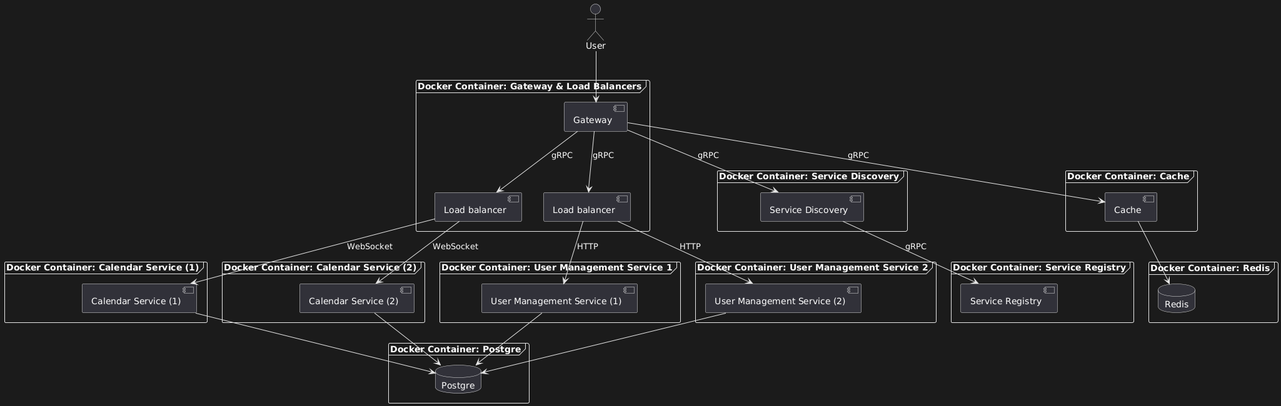
Earlier version of the PlantUML export utils/ArchitectureDesign.png (SexomQ/PAD).
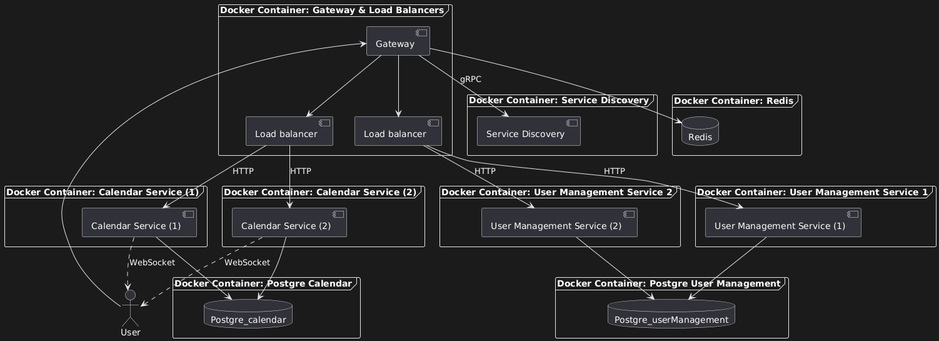
Later version of the same file.

Commit message:
update the Architecture Diagram

What changed in the source:
```diff
@@ -8,9 +8,6 @@
 }
 frame "Docker Container: Service Discovery" {
   [Service Discovery] as SD
-}
-frame "Docker Container: Service Registry" {
-  [Service Registry] as SR
 }
 frame "Docker Container: Calendar Service (1)" {
   [Calendar Service (1)] as CS1
@@ -24,34 +21,34 @@
 frame "Docker Container: User Management Service 2" {
   [User Management Service (2)] as UM2
 }
-frame "Docker Container: Cache" {
-  [Cache] as Cache
-}
 frame "Docker Container: Redis" {
   database Redis
 }
-frame "Docker Container: Postgre" {
-  database Postgre
+frame "Docker Container: Postgre Calendar" {
+  database Postgre_calendar
+}
+frame "Docker Container: Postgre User Management" {
+  database Postgre_userManagement
 }
 
 User --> Gateway
 
-Gateway --> LB1 : gRPC
-Gateway --> LB2 : gRPC
+Gateway --> LB1
+Gateway --> LB2
 Gateway --> SD : gRPC
-Gateway --> Cache : gRPC
+Gateway --> Redis
 
-SD --> SR : gRPC
+LB1 --> CS1 : HTTP
+LB1 --> CS2 : HTTP
 
-Cache --> Redis
+CS1 ..> User : WebSocket
+CS2 ..> User : WebSocket
 
-LB1 --> CS1 : WebSocket
-LB1 --> CS2 : WebSocket
 LB2 --> UM1 : HTTP
 LB2 --> UM2 : HTTP
 
-CS1 --> Postgre
-CS2 --> Postgre
-UM1 --> Postgre
-UM2 --> Postgre
+CS1 --> Postgre_calendar
+CS2 --> Postgre_calendar
+UM1 --> Postgre_userManagement
+UM2 --> Postgre_userManagement
 @enduml
```
